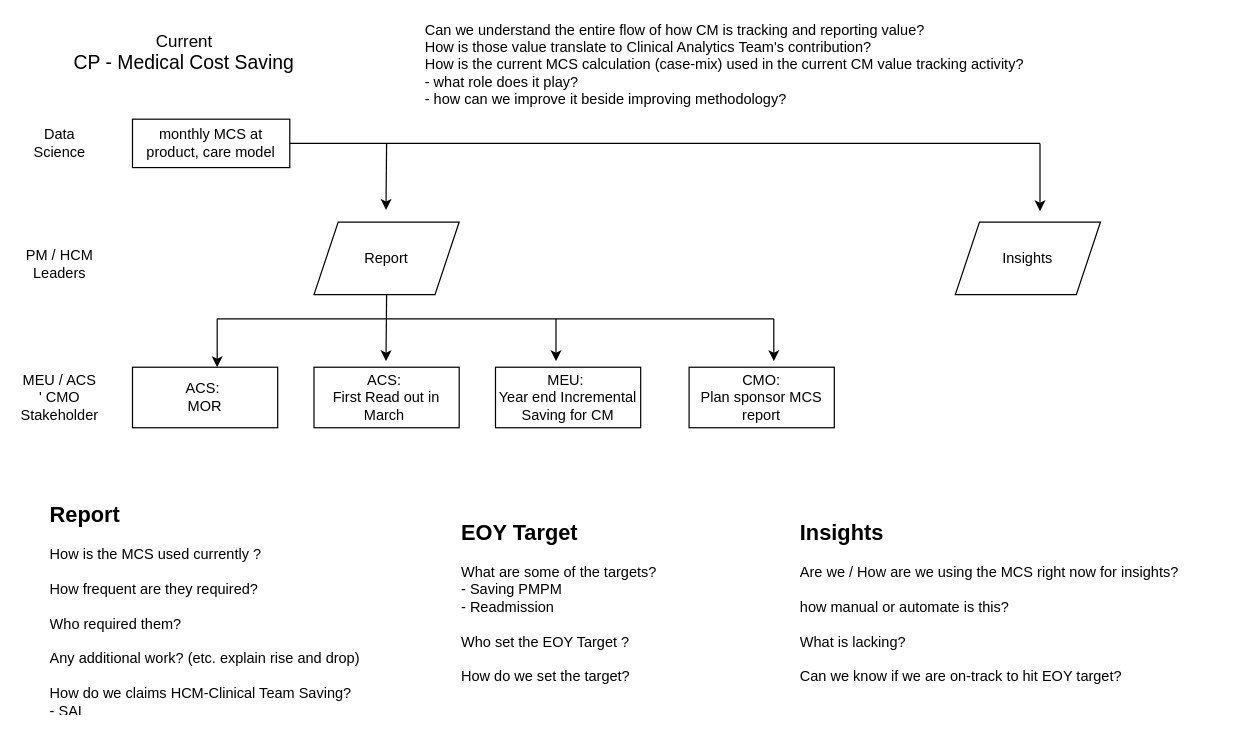
This is CP_Medical_saving_flow_chart.drawio from miaow27/miaow27, a draw.io file, before an edit. Source tidied: cells renumbered, new cells numbered last; positions are measured from the earlier drawing's top-left corner, leaving out a move shared by most shapes. Both pictures are drawn from the tidied source at 121%, with x=0, y=0 at pixel (23, 34).
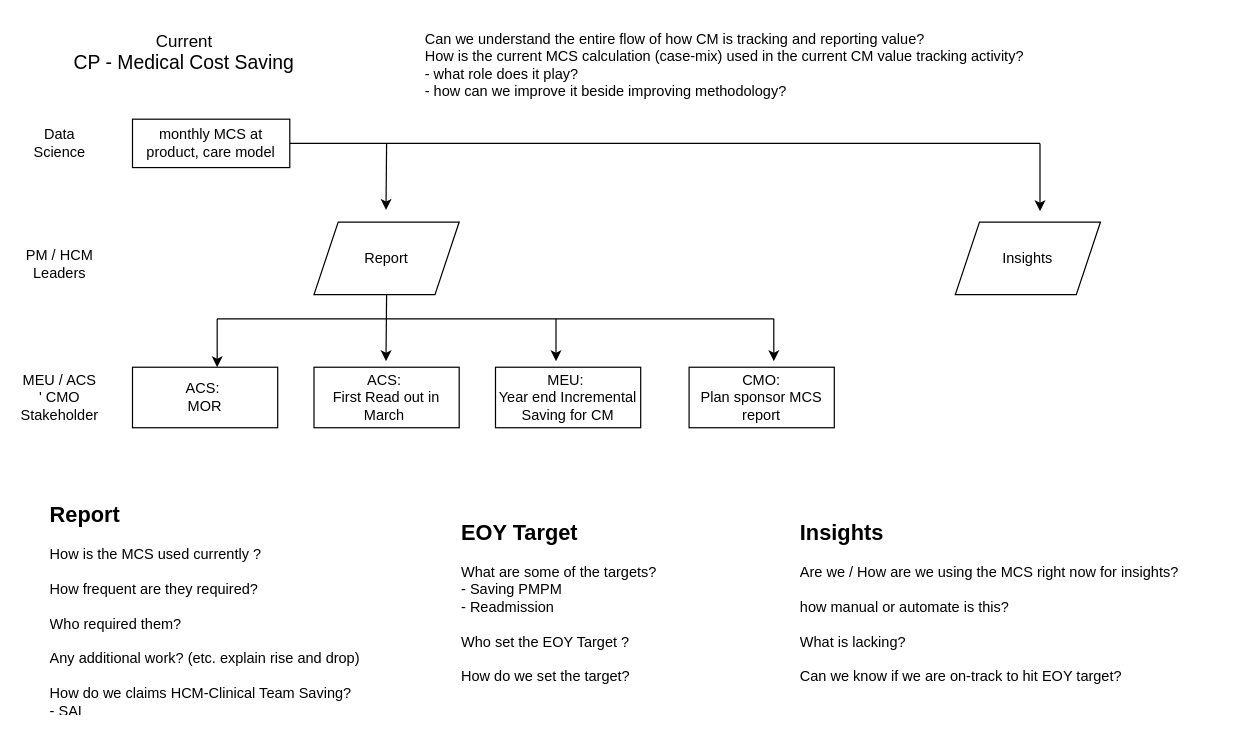
After the change.

Diff of the diagram source:
```diff
@@
-    <mxCell id="24" value="&lt;div&gt;Can we understand the entire flow of how CM is tracking and reporting value?&lt;/div&gt;&lt;div&gt;How is those value translate to Clinical Analytics Team's contribution?&amp;nbsp;&lt;/div&gt;How is the current MCS calculation (case-mix) used in the current CM value tracking activity?&amp;nbsp;&lt;div&gt;- what role does it play?&amp;nbsp;&lt;/div&gt;&lt;div&gt;- how can we improve it beside improving methodology?&amp;nbsp;&lt;/div&gt;" style="text;html=1;align=left;verticalAlign=middle;whiteSpace=wrap;rounded=0;" parent="1" vertex="1">
+    <mxCell id="24" value="&lt;div&gt;Can we understand the entire flow of how CM is tracking and reporting value?&lt;/div&gt;How is the current MCS calculation (case-mix) used in the current CM value tracking activity?&amp;nbsp;&lt;div&gt;- what role does it play?&amp;nbsp;&lt;/div&gt;&lt;div&gt;- how can we improve it beside improving methodology?&amp;nbsp;&lt;/div&gt;" style="text;html=1;align=left;verticalAlign=middle;whiteSpace=wrap;rounded=0;" parent="1" vertex="1">
       <mxGeometry x="330" width="540" height="50" as="geometry" />
     </mxCell>
```
